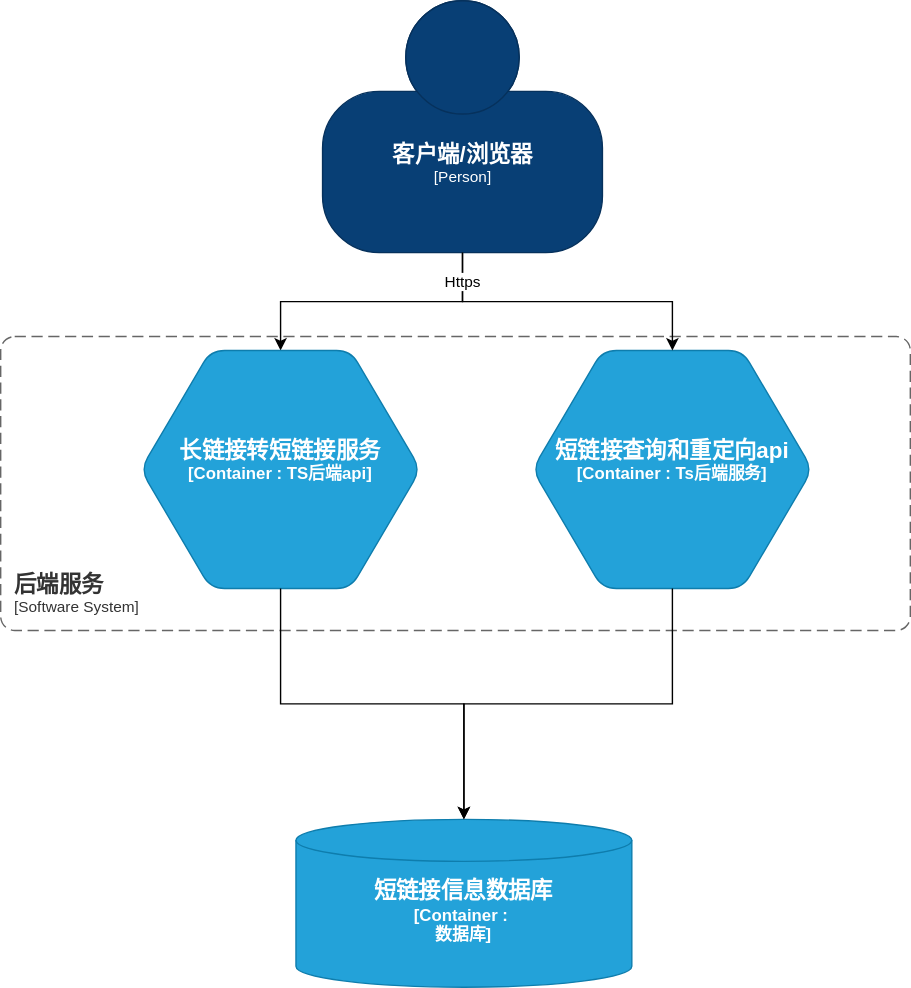
The draw.io diagram fullstack/docs/structure.svg in hongshancapital/interview-assignments, before a commit. Source tidied: cells renumbered, new cells last; positions are measured from the earlier drawing's top-left corner, leaving out a move shared by most shapes.
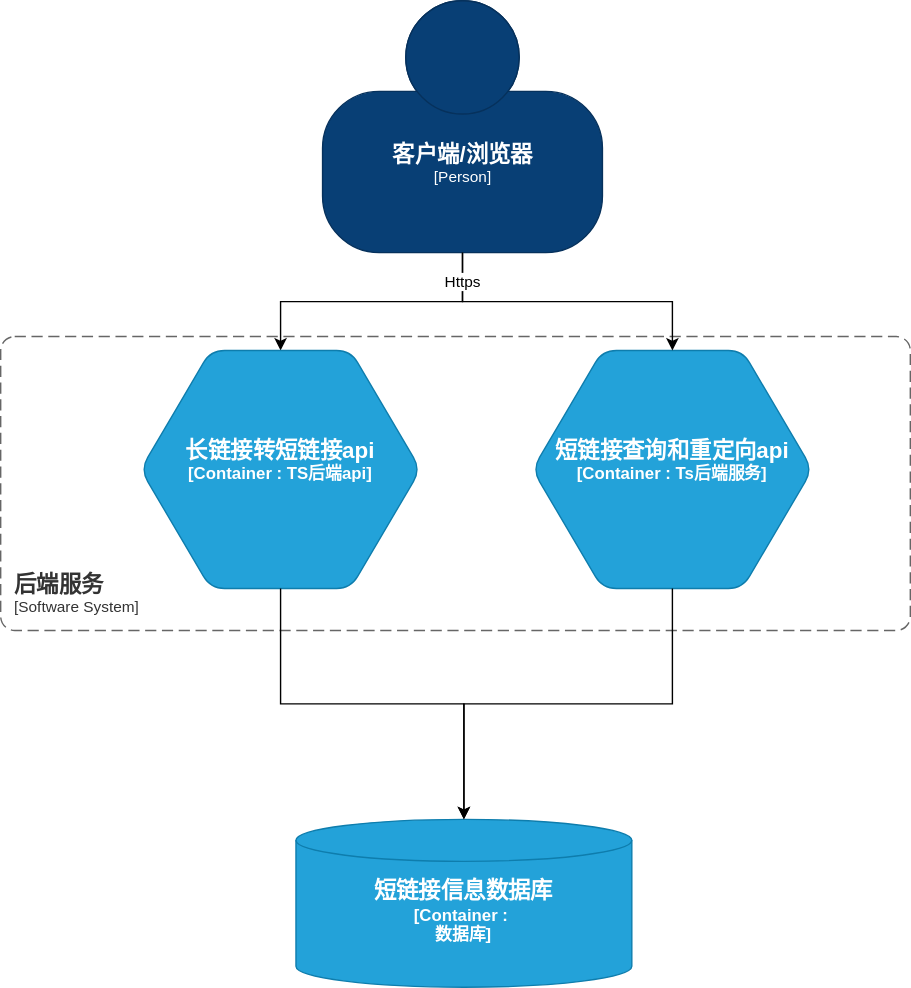
Above is the later version.

Change to the diagram source:
```diff
@@ -15,7 +15,7 @@
         <mxGeometry y="240" width="650" height="210" as="geometry" />
       </mxCell>
     </object>
-    <object id="5" label="&lt;font style=&quot;font-size: 16px&quot;&gt;&lt;b&gt;%c4Type%&lt;/font&gt;&lt;div&gt;[%c4Container%:&amp;nbsp;%c4Technology%]&lt;/div&gt;&lt;br&gt;&lt;div&gt;&lt;font style=&quot;font-size: 11px&quot;&gt;&lt;font color=&quot;#E6E6E6&quot;&gt;%c4Description%&lt;/font&gt;&lt;/div&gt;" c4Container="Container " c4Description="" c4Technology="TS后端api" c4Type="长链接转短链接服务 " placeholders="1">
+    <object id="5" label="&lt;font style=&quot;font-size: 16px&quot;&gt;&lt;b&gt;%c4Type%&lt;/font&gt;&lt;div&gt;[%c4Container%:&amp;nbsp;%c4Technology%]&lt;/div&gt;&lt;br&gt;&lt;div&gt;&lt;font style=&quot;font-size: 11px&quot;&gt;&lt;font color=&quot;#E6E6E6&quot;&gt;%c4Description%&lt;/font&gt;&lt;/div&gt;" c4Container="Container " c4Description="" c4Technology="TS后端api" c4Type="长链接转短链接api" placeholders="1">
       <mxCell style="shape=hexagon;size=50;perimeter=hexagonPerimeter2;whiteSpace=wrap;html=1;fixedSize=1;rounded=1;labelBackgroundColor=none;fillColor=#23A2D9;fontSize=12;fontColor=#ffffff;align=center;strokeColor=#0E7DAD;points=[[0.5,0,0],[1,0.25,0],[1,0.5,0],[1,0.75,0],[0.5,1,0],[0,0.75,0],[0,0.5,0],[0,0.25,0]];" parent="1" vertex="1">
         <mxGeometry x="100" y="250" width="200" height="170" as="geometry" />
       </mxCell>
```
